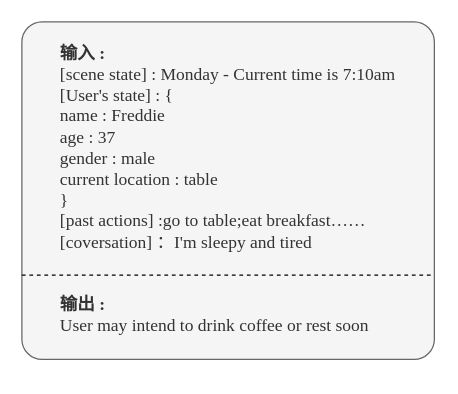
Before: 意图推理阶段的prompt.drawio in Rinco1018/project_test, a draw.io diagram. Source tidied: cells renumbered, new cells numbered last; positions are measured from the earlier drawing's top-left corner, leaving out a move shared by most shapes. Both pictures are drawn from the tidied source at 125%, with x=0, y=0 at pixel (21, 21).
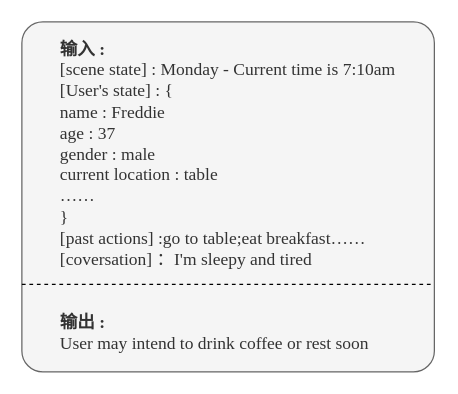
After the change.

Commit message (it also covers changes not shown here):
更新意图推理阶段的prompt.drawio

What changed in the source:
```diff
@@
 <mxGraphModel>
   <root>
     <mxCell id="0" />
     <mxCell id="1" parent="0" />
-    <mxCell id="2" value="&lt;div style=&quot;&quot;&gt;&lt;div style=&quot;text-align: left;&quot;&gt;&lt;b style=&quot;background-color: transparent; color: light-dark(rgb(51, 51, 51), rgb(193, 193, 193));&quot;&gt;&lt;font style=&quot;font-size: 14px;&quot; face=&quot;Times New Roman&quot;&gt;输入 :&lt;/font&gt;&lt;/b&gt;&lt;/div&gt;&lt;div style=&quot;text-align: left;&quot;&gt;&lt;font style=&quot;font-size: 14px;&quot; face=&quot;Times New Roman&quot;&gt;[scene state] : Monday - Current time is 7:10am&lt;/font&gt;&lt;/div&gt;&lt;div style=&quot;text-align: left;&quot;&gt;&lt;font style=&quot;font-size: 14px;&quot; face=&quot;Times New Roman&quot;&gt;[User's state] : {&lt;/font&gt;&lt;/div&gt;&lt;div style=&quot;&quot;&gt;&lt;div style=&quot;text-align: left;&quot;&gt;&lt;font style=&quot;font-size: 14px;&quot; face=&quot;Times New Roman&quot;&gt;name : Freddie&lt;/font&gt;&lt;/div&gt;&lt;div style=&quot;text-align: left;&quot;&gt;&lt;font style=&quot;font-size: 14px;&quot; face=&quot;Times New Roman&quot;&gt;age : 37&lt;/font&gt;&lt;/div&gt;&lt;div style=&quot;text-align: left;&quot;&gt;&lt;font style=&quot;font-size: 14px;&quot; face=&quot;Times New Roman&quot;&gt;gender : male&lt;/font&gt;&lt;/div&gt;&lt;div style=&quot;text-align: left;&quot;&gt;&lt;span style=&quot;font-family: &amp;quot;Times New Roman&amp;quot;; font-size: 14px;&quot;&gt;current location : table&lt;/span&gt;&lt;font style=&quot;font-size: 14px;&quot; face=&quot;Times New Roman&quot;&gt;&lt;/font&gt;&lt;/div&gt;&lt;div style=&quot;text-align: left;&quot;&gt;&lt;span style=&quot;font-family: &amp;quot;Times New Roman&amp;quot;; font-size: 14px;&quot;&gt;}&lt;/span&gt;&lt;/div&gt;&lt;div style=&quot;text-align: left;&quot;&gt;&lt;font style=&quot;font-size: 14px;&quot; face=&quot;Times New Roman&quot;&gt;[past actions] :&lt;span style=&quot;background-color: transparent; color: light-dark(rgb(51, 51, 51), rgb(193, 193, 193));&quot;&gt;go to table;&lt;/span&gt;&lt;span style=&quot;background-color: transparent; color: light-dark(rgb(51, 51, 51), rgb(193, 193, 193));&quot;&gt;eat breakfast……&lt;/span&gt;&lt;/font&gt;&lt;/div&gt;&lt;/div&gt;&lt;div style=&quot;text-align: left;&quot;&gt;&lt;font face=&quot;Times New Roman&quot;&gt;&lt;span style=&quot;font-size: 14px;&quot;&gt;[coversation] ：&lt;/span&gt;&lt;/font&gt;&lt;span style=&quot;font-size: 14px; font-family: &amp;quot;Times New Roman&amp;quot;; background-color: transparent; color: light-dark(rgb(51, 51, 51), rgb(193, 193, 193));&quot;&gt;I'm sleepy and tired&lt;/span&gt;&lt;/div&gt;&lt;div style=&quot;text-align: left;&quot;&gt;&lt;b style=&quot;background-color: transparent; color: light-dark(rgb(51, 51, 51), rgb(193, 193, 193));&quot;&gt;&lt;font style=&quot;font-size: 14px;&quot; face=&quot;Times New Roman&quot;&gt;&lt;br&gt;&lt;/font&gt;&lt;/b&gt;&lt;/div&gt;&lt;div style=&quot;text-align: left;&quot;&gt;&lt;b style=&quot;background-color: transparent; color: light-dark(rgb(51, 51, 51), rgb(193, 193, 193));&quot;&gt;&lt;font style=&quot;font-size: 14px;&quot; face=&quot;Times New Roman&quot;&gt;&lt;br&gt;&lt;/font&gt;&lt;/b&gt;&lt;/div&gt;&lt;div style=&quot;text-align: left;&quot;&gt;&lt;b style=&quot;background-color: transparent; color: light-dark(rgb(51, 51, 51), rgb(193, 193, 193));&quot;&gt;&lt;font style=&quot;font-size: 14px;&quot; face=&quot;Times New Roman&quot;&gt;输出 :&lt;/font&gt;&lt;/b&gt;&lt;/div&gt;&lt;div style=&quot;text-align: left;&quot;&gt;&lt;font face=&quot;Times New Roman&quot;&gt;&lt;span style=&quot;font-size: 14px;&quot;&gt;User may intend to drink coffee or rest soon&lt;/span&gt;&lt;/font&gt;&lt;/div&gt;&lt;/div&gt;" style="rounded=1;arcSize=6;whiteSpace=wrap;html=1;fillColor=#f5f5f5;fontColor=#333333;strokeColor=#666666;" parent="1" vertex="1">
-      <mxGeometry width="330" height="270" as="geometry" />
+    <mxCell id="2" value="&lt;div style=&quot;&quot;&gt;&lt;div style=&quot;text-align: left;&quot;&gt;&lt;b style=&quot;background-color: transparent; color: light-dark(rgb(51, 51, 51), rgb(193, 193, 193));&quot;&gt;&lt;font style=&quot;font-size: 14px;&quot; face=&quot;Times New Roman&quot;&gt;输入 :&lt;/font&gt;&lt;/b&gt;&lt;/div&gt;&lt;div style=&quot;text-align: left;&quot;&gt;&lt;font style=&quot;font-size: 14px;&quot; face=&quot;Times New Roman&quot;&gt;[scene state] : Monday - Current time is 7:10am&lt;/font&gt;&lt;/div&gt;&lt;div style=&quot;text-align: left;&quot;&gt;&lt;font style=&quot;font-size: 14px;&quot; face=&quot;Times New Roman&quot;&gt;[User's state] : {&lt;/font&gt;&lt;/div&gt;&lt;div style=&quot;&quot;&gt;&lt;div style=&quot;text-align: left;&quot;&gt;&lt;font style=&quot;font-size: 14px;&quot; face=&quot;Times New Roman&quot;&gt;name : Freddie&lt;/font&gt;&lt;/div&gt;&lt;div style=&quot;text-align: left;&quot;&gt;&lt;font style=&quot;font-size: 14px;&quot; face=&quot;Times New Roman&quot;&gt;age : 37&lt;/font&gt;&lt;/div&gt;&lt;div style=&quot;text-align: left;&quot;&gt;&lt;font style=&quot;font-size: 14px;&quot; face=&quot;Times New Roman&quot;&gt;gender : male&lt;/font&gt;&lt;/div&gt;&lt;div style=&quot;text-align: left;&quot;&gt;&lt;span style=&quot;font-family: &amp;quot;Times New Roman&amp;quot;; font-size: 14px;&quot;&gt;current location : table&lt;/span&gt;&lt;font style=&quot;font-size: 14px;&quot; face=&quot;Times New Roman&quot;&gt;&lt;/font&gt;&lt;/div&gt;&lt;div style=&quot;text-align: left;&quot;&gt;&lt;span style=&quot;font-family: &amp;quot;Times New Roman&amp;quot;; font-size: 14px;&quot;&gt;……&lt;/span&gt;&lt;span style=&quot;font-family: &amp;quot;Times New Roman&amp;quot;; font-size: 14px;&quot;&gt;&lt;/span&gt;&lt;/div&gt;&lt;div style=&quot;text-align: left;&quot;&gt;&lt;span style=&quot;font-family: &amp;quot;Times New Roman&amp;quot;; font-size: 14px;&quot;&gt;}&lt;/span&gt;&lt;/div&gt;&lt;div style=&quot;text-align: left;&quot;&gt;&lt;font style=&quot;font-size: 14px;&quot; face=&quot;Times New Roman&quot;&gt;[past actions] :&lt;span style=&quot;background-color: transparent; color: light-dark(rgb(51, 51, 51), rgb(193, 193, 193));&quot;&gt;go to table;&lt;/span&gt;&lt;span style=&quot;background-color: transparent; color: light-dark(rgb(51, 51, 51), rgb(193, 193, 193));&quot;&gt;eat breakfast……&lt;/span&gt;&lt;/font&gt;&lt;/div&gt;&lt;/div&gt;&lt;div style=&quot;text-align: left;&quot;&gt;&lt;font face=&quot;Times New Roman&quot;&gt;&lt;span style=&quot;font-size: 14px;&quot;&gt;[coversation] ：&lt;/span&gt;&lt;/font&gt;&lt;span style=&quot;font-size: 14px; font-family: &amp;quot;Times New Roman&amp;quot;; background-color: transparent; color: light-dark(rgb(51, 51, 51), rgb(193, 193, 193));&quot;&gt;I'm sleepy and tired&lt;/span&gt;&lt;/div&gt;&lt;div style=&quot;text-align: left;&quot;&gt;&lt;b style=&quot;background-color: transparent; color: light-dark(rgb(51, 51, 51), rgb(193, 193, 193));&quot;&gt;&lt;font style=&quot;font-size: 14px;&quot; face=&quot;Times New Roman&quot;&gt;&lt;br&gt;&lt;/font&gt;&lt;/b&gt;&lt;/div&gt;&lt;div style=&quot;text-align: left;&quot;&gt;&lt;b style=&quot;background-color: transparent; color: light-dark(rgb(51, 51, 51), rgb(193, 193, 193));&quot;&gt;&lt;font style=&quot;font-size: 14px;&quot; face=&quot;Times New Roman&quot;&gt;&lt;br&gt;&lt;/font&gt;&lt;/b&gt;&lt;/div&gt;&lt;div style=&quot;text-align: left;&quot;&gt;&lt;b style=&quot;background-color: transparent; color: light-dark(rgb(51, 51, 51), rgb(193, 193, 193));&quot;&gt;&lt;font style=&quot;font-size: 14px;&quot; face=&quot;Times New Roman&quot;&gt;输出 :&lt;/font&gt;&lt;/b&gt;&lt;/div&gt;&lt;div style=&quot;text-align: left;&quot;&gt;&lt;font face=&quot;Times New Roman&quot;&gt;&lt;span style=&quot;font-size: 14px;&quot;&gt;User may intend to drink coffee or rest soon&lt;/span&gt;&lt;/font&gt;&lt;/div&gt;&lt;/div&gt;" style="rounded=1;arcSize=6;whiteSpace=wrap;html=1;fillColor=#f5f5f5;fontColor=#333333;strokeColor=#666666;" parent="1" vertex="1">
+      <mxGeometry width="330" height="280" as="geometry" />
     </mxCell>
     <mxCell id="3" style="endArrow=none;dashed=1;html=1;strokeWidth=1;rounded=0;entryX=1;entryY=0.75;entryDx=0;entryDy=0;exitX=0;exitY=0.75;exitDx=0;exitDy=0;" parent="1" edge="1" source="2" target="2">
       <mxGeometry relative="1" as="geometry" />
     </mxCell>
   </root>
 </mxGraphModel>
```
